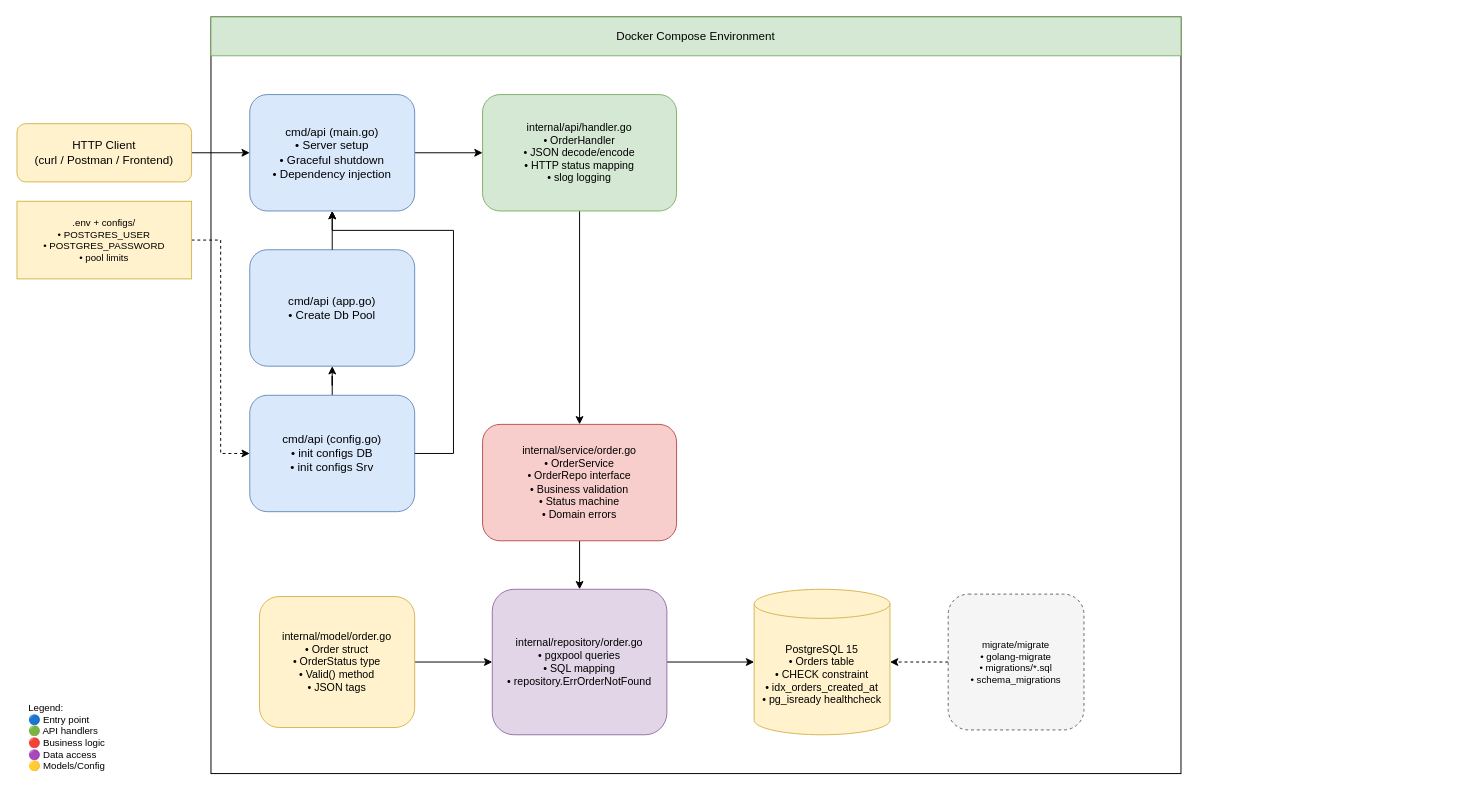
ThisIsTheOldGuard/payship-core keeps this draw.io diagram as docs/Payship_Core_architecture.drawio.xml. Above is the earlier version. Source tidied: cells renumbered, new cells numbered last; positions are measured from the earlier drawing's top-left corner, leaving out a move shared by most shapes. Both pictures are drawn from the tidied source at 97%, with x=0, y=0 at pixel (16, 16).
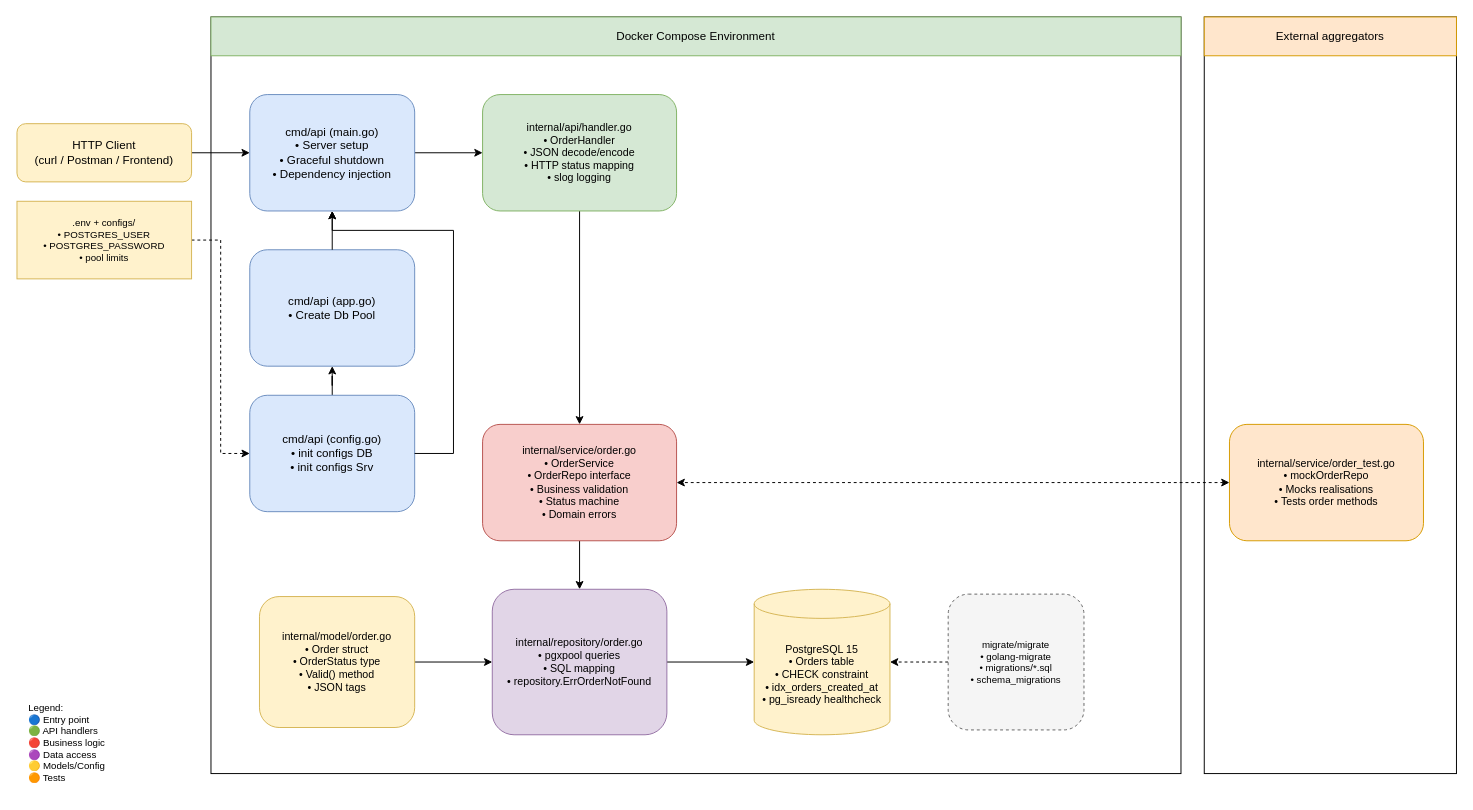
The same page after the edit.

Commit message (it also covers changes not shown here):
Add unit tests ./internal/service

Unchanged cells that the change refers to:
```xml
<mxCell id="16" value="internal/service/order.go&lt;br&gt;• OrderService&lt;br&gt;•&amp;nbsp;OrderRepo interface&lt;br&gt;• Business validation&lt;br&gt;• Status machine&lt;br&gt;• Domain errors" style="rounded=1;whiteSpace=wrap;html=1;fillColor=#f8cecc;strokeColor=#b85450;fontSize=11;" parent="1" vertex="1">
  <mxGeometry x="480" y="420" width="200" height="120" as="geometry" />
</mxCell>
```

The edit, as a diff of the source:
```diff
@@
-    <mxCell id="15" value="Legend:&#10;🔵 Entry point&#10;🟢 API handlers&#10;🔴 Business logic&#10;🟣 Data access&#10;🟡 Models/Config" style="text;html=1;align=left;verticalAlign=top;strokeColor=none;fillColor=none;fontSize=10;" parent="1" vertex="1">
-      <mxGeometry x="10" y="700" width="160" height="80" as="geometry" />
+    <mxCell id="15" value="Legend:&lt;br&gt;🔵 Entry point&lt;br&gt;🟢 API handlers&lt;br&gt;🔴 Business logic&lt;br&gt;🟣 Data access&lt;br&gt;🟡 Models/Config&lt;br&gt;🟠 Tests" style="text;html=1;align=left;verticalAlign=top;strokeColor=none;fillColor=none;fontSize=10;" parent="1" vertex="1">
+      <mxGeometry x="10" y="700" width="100" height="100" as="geometry" />
     </mxCell>
@@
+    <mxCell id="28" style="edgeStyle=orthogonalEdgeStyle;rounded=0;jettySize=auto;html=1;entryX=1;entryY=0.5;entryDx=0;entryDy=0;exitX=0;exitY=0.5;exitDx=0;exitDy=0;endArrow=classic;endFill=1;strokeColor=default;startArrow=classic;startFill=1;dashed=1;" parent="1" edge="1" source="32" target="16">
+      <mxGeometry relative="1" as="geometry" />
+    </mxCell>
+    <mxCell id="29" style="group;" parent="1" vertex="1">
+      <mxGeometry x="1224" width="260" height="780" as="geometry" />
+    </mxCell>
+    <mxCell id="30" style="rounded=0;whiteSpace=wrap;html=1;fillColor=none;" parent="29" vertex="1">
+      <mxGeometry width="260" height="780" as="geometry" />
+    </mxCell>
+    <mxCell id="31" value="External aggregators" style="rounded=0;whiteSpace=wrap;html=1;fillColor=#ffe6cc;strokeColor=#d79b00;" parent="29" vertex="1">
+      <mxGeometry width="260" height="40" as="geometry" />
+    </mxCell>
+    <mxCell id="32" value="internal/service/order_test.go&lt;br&gt;•&amp;nbsp;mockOrderRepo&lt;br&gt;• Mocks realisations&lt;br&gt;•&amp;nbsp;Tests order methods" style="rounded=1;whiteSpace=wrap;html=1;fillColor=#ffe6cc;strokeColor=#d79b00;fontSize=11;" parent="1" vertex="1">
+      <mxGeometry x="1250" y="420" width="200" height="120" as="geometry" />
+    </mxCell>
```
